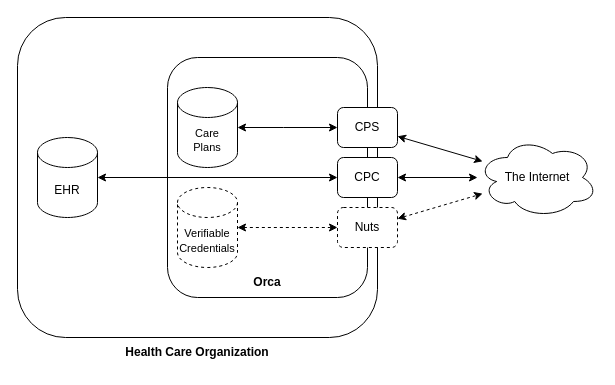
Before: page "CPC+CPS" (2 of 2) of docs/diagrams/Shared Care Planning Network.drawio in SanteonNL/orca, a draw.io diagram. Source tidied: cells renumbered, new cells numbered last; positions are measured from the earlier drawing's top-left corner, leaving out a move shared by most shapes. Both pictures are drawn from the tidied source at 100%, with x=0, y=0 at pixel (17, 17).
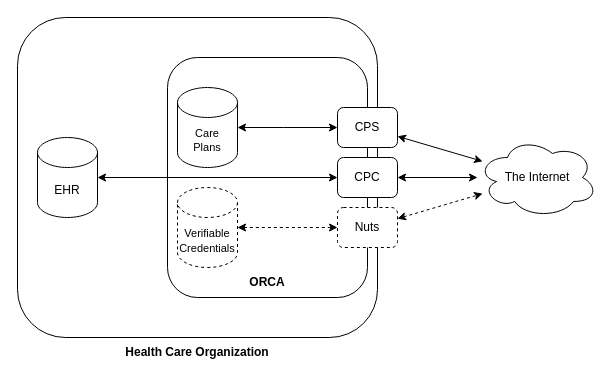
The same diagram, later.

Unchanged cells that the change refers to:
```xml
<mxCell id="2" style="group;" parent="1" vertex="1">
  <mxGeometry width="580" height="350" as="geometry" />
</mxCell>
```

The edit, as a diff of the source:
```diff
@@
-    <mxCell id="14" value="&lt;b&gt;Orca&lt;/b&gt;" style="text;html=1;align=center;verticalAlign=middle;whiteSpace=wrap;rounded=0;" parent="2" vertex="1">
+    <mxCell id="14" value="&lt;b&gt;ORCA&lt;/b&gt;" style="text;html=1;align=center;verticalAlign=middle;whiteSpace=wrap;rounded=0;" parent="2" vertex="1">
       <mxGeometry x="220" y="250" width="60" height="30" as="geometry" />
     </mxCell>
```
